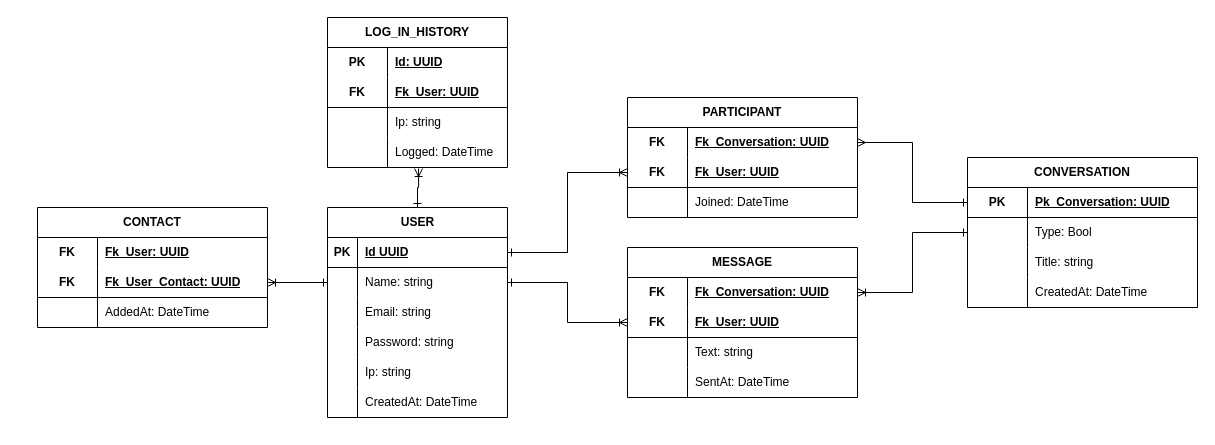
Before: .github/docs/mer.drawio in arthur-timoteo/chat_realtime_socketio_logging_splunk_docker_reactjs_nodejs_postgresql, a draw.io diagram. Source tidied: cells renumbered, new cells numbered last; positions are measured from the earlier drawing's top-left corner, leaving out a move shared by most shapes. Both pictures are drawn from the tidied source at 100%, with x=0, y=0 at pixel (37, 17).
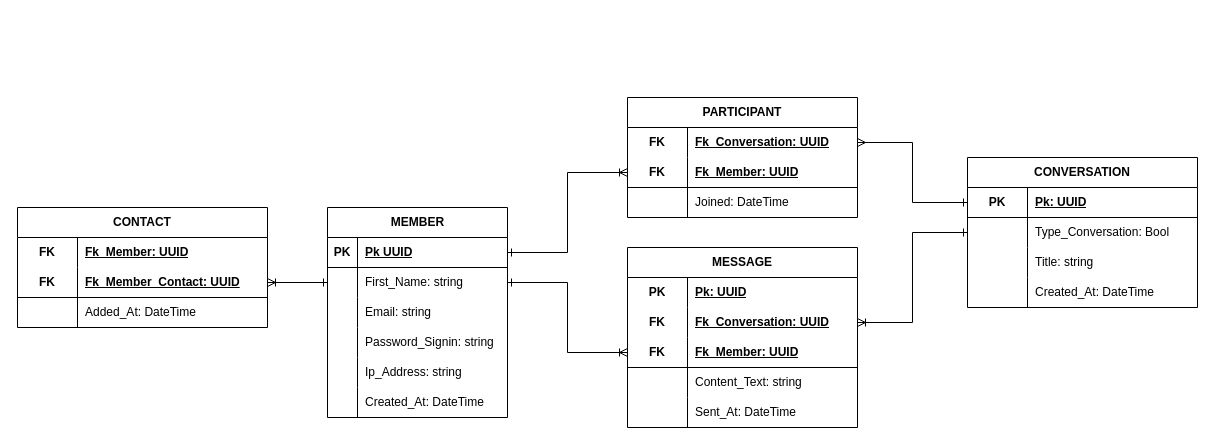
The same page after the edit.

The change refers to these unchanged cells:
```xml
<mxCell id="4" style="shape=tableRow;horizontal=0;startSize=0;swimlaneHead=0;swimlaneBody=0;fillColor=none;points=[[0,0.5],[1,0.5]];portConstraint=eastwest;top=0;left=0;right=0;bottom=1;" parent="3" vertex="1">
  <mxGeometry y="30" width="180" height="30" as="geometry" />
</mxCell>
<mxCell id="7" style="shape=tableRow;horizontal=0;startSize=0;swimlaneHead=0;swimlaneBody=0;fillColor=none;points=[[0,0.5],[1,0.5]];portConstraint=eastwest;top=0;left=0;right=0;bottom=0;" parent="3" vertex="1">
  <mxGeometry y="60" width="180" height="30" as="geometry" />
</mxCell>
<mxCell id="13" style="shape=tableRow;horizontal=0;startSize=0;swimlaneHead=0;swimlaneBody=0;fillColor=none;top=0;left=0;right=0;bottom=0;" parent="3" vertex="1">
  <mxGeometry y="120" width="180" height="30" as="geometry" />
</mxCell>
<mxCell id="16" style="shape=tableRow;horizontal=0;startSize=0;swimlaneHead=0;swimlaneBody=0;fillColor=none;top=0;left=0;right=0;bottom=0;" parent="3" vertex="1">
  <mxGeometry y="150" width="180" height="30" as="geometry" />
</mxCell>
<mxCell id="19" style="shape=tableRow;horizontal=0;startSize=0;swimlaneHead=0;swimlaneBody=0;fillColor=none;top=0;left=0;right=0;bottom=0;" parent="3" vertex="1">
  <mxGeometry y="180" width="180" height="30" as="geometry" />
</mxCell>
<mxCell id="47" style="shape=tableRow;horizontal=0;startSize=0;swimlaneHead=0;swimlaneBody=0;fillColor=none;points=[[0,0.5],[1,0.5]];portConstraint=eastwest;top=0;left=0;right=0;bottom=1;html=1;separatorColor=#6666FF;" parent="46" vertex="1">
  <mxGeometry y="30" width="230" height="30" as="geometry" />
</mxCell>
<mxCell id="50" style="shape=tableRow;horizontal=0;startSize=0;swimlaneHead=0;swimlaneBody=0;fillColor=none;top=0;left=0;right=0;bottom=0;html=1;" parent="46" vertex="1">
  <mxGeometry y="60" width="230" height="30" as="geometry" />
</mxCell>
<mxCell id="56" style="shape=tableRow;horizontal=0;startSize=0;swimlaneHead=0;swimlaneBody=0;fillColor=none;top=0;left=0;right=0;bottom=0;html=1;" parent="46" vertex="1">
  <mxGeometry y="120" width="230" height="30" as="geometry" />
</mxCell>
<mxCell id="63" style="shape=tableRow;horizontal=0;startSize=0;swimlaneHead=0;swimlaneBody=0;fillColor=none;points=[[0,0.5],[1,0.5]];portConstraint=eastwest;top=0;left=0;right=0;bottom=1;html=1;" parent="59" vertex="1">
  <mxGeometry y="60" width="230" height="30" as="geometry" />
</mxCell>
```

What changed in the source:
```diff
@@
-    <mxCell id="3" value="USER" style="shape=table;startSize=30;childLayout=tableLayout;rowLines=0;fontStyle=1;align=center;html=1;" parent="1" vertex="1">
+    <mxCell id="3" value="MEMBER" style="shape=table;startSize=30;childLayout=tableLayout;rowLines=0;fontStyle=1;align=center;html=1;" parent="1" vertex="1">
       <mxGeometry x="290" y="190" width="180" height="210" as="geometry" />
     </mxCell>
@@
-    <mxCell id="6" value="Id UUID" style="shape=partialRectangle;fillColor=none;top=0;left=0;bottom=0;right=0;align=left;spacingLeft=6;fontStyle=5;overflow=hidden;whiteSpace=wrap;html=1;" parent="4" vertex="1">
+    <mxCell id="6" value="Pk UUID" style="shape=partialRectangle;fillColor=none;top=0;left=0;bottom=0;right=0;align=left;spacingLeft=6;fontStyle=5;overflow=hidden;whiteSpace=wrap;html=1;" parent="4" vertex="1">
       <mxGeometry x="30" width="150" height="30" as="geometry" />
     </mxCell>
@@
-    <mxCell id="9" value="Name: string" style="shape=partialRectangle;fillColor=none;top=0;left=0;bottom=0;right=0;align=left;spacingLeft=6;overflow=hidden;whiteSpace=wrap;html=1;" parent="7" vertex="1">
+    <mxCell id="9" value="First_Name: string" style="shape=partialRectangle;fillColor=none;top=0;left=0;bottom=0;right=0;align=left;spacingLeft=6;overflow=hidden;whiteSpace=wrap;html=1;" parent="7" vertex="1">
       <mxGeometry x="30" width="150" height="30" as="geometry" />
     </mxCell>
@@
-    <mxCell id="15" value="Password: string" style="shape=partialRectangle;fillColor=none;top=0;left=0;bottom=0;right=0;align=left;spacingLeft=6;overflow=hidden;whiteSpace=wrap;html=1;" parent="13" vertex="1">
+    <mxCell id="15" value="Password_Signin: string" style="shape=partialRectangle;fillColor=none;top=0;left=0;bottom=0;right=0;align=left;spacingLeft=6;overflow=hidden;whiteSpace=wrap;html=1;" parent="13" vertex="1">
       <mxGeometry x="30" width="150" height="30" as="geometry" />
     </mxCell>
@@
-    <mxCell id="18" value="Ip: string" style="shape=partialRectangle;fillColor=none;top=0;left=0;bottom=0;right=0;align=left;spacingLeft=6;overflow=hidden;whiteSpace=wrap;html=1;" parent="16" vertex="1">
+    <mxCell id="18" value="Ip_Address: string" style="shape=partialRectangle;fillColor=none;top=0;left=0;bottom=0;right=0;align=left;spacingLeft=6;overflow=hidden;whiteSpace=wrap;html=1;" parent="16" vertex="1">
       <mxGeometry x="30" width="150" height="30" as="geometry" />
     </mxCell>
@@
-    <mxCell id="21" value="CreatedAt: DateTime" style="shape=partialRectangle;fillColor=none;top=0;left=0;bottom=0;right=0;align=left;spacingLeft=6;overflow=hidden;whiteSpace=wrap;html=1;" parent="19" vertex="1">
+    <mxCell id="21" value="Created_At: DateTime" style="shape=partialRectangle;fillColor=none;top=0;left=0;bottom=0;right=0;align=left;spacingLeft=6;overflow=hidden;whiteSpace=wrap;html=1;" parent="19" vertex="1">
       <mxGeometry x="30" width="150" height="30" as="geometry" />
     </mxCell>
-    <mxCell id="22" value="LOG_IN_HISTORY" style="shape=table;startSize=30;childLayout=tableLayout;rowLines=0;fontStyle=1;align=center;html=1;whiteSpace=wrap;" parent="1" vertex="1">
-      <mxGeometry x="290" width="180" height="150" as="geometry" />
-    </mxCell>
-    <mxCell id="23" style="shape=tableRow;horizontal=0;startSize=0;swimlaneHead=0;swimlaneBody=0;fillColor=none;top=0;left=0;right=0;bottom=0;html=1;" parent="22" vertex="1">
-      <mxGeometry y="30" width="180" height="30" as="geometry" />
-    </mxCell>
-    <mxCell id="24" value="PK" style="shape=partialRectangle;fillColor=none;top=0;left=0;bottom=0;right=0;fontStyle=1;overflow=hidden;html=1;whiteSpace=wrap;" parent="23" vertex="1">
-      <mxGeometry width="60" height="30" as="geometry" />
-    </mxCell>
-    <mxCell id="25" value="Id: UUID" style="shape=partialRectangle;fillColor=none;top=0;left=0;bottom=0;right=0;align=left;spacingLeft=6;fontStyle=5;overflow=hidden;html=1;whiteSpace=wrap;" parent="23" vertex="1">
-      <mxGeometry x="60" width="120" height="30" as="geometry" />
-    </mxCell>
-    <mxCell id="26" style="shape=tableRow;horizontal=0;startSize=0;swimlaneHead=0;swimlaneBody=0;fillColor=none;top=0;left=0;right=0;bottom=1;html=1;" parent="22" vertex="1">
-      <mxGeometry y="60" width="180" height="30" as="geometry" />
-    </mxCell>
-    <mxCell id="27" value="FK" style="shape=partialRectangle;fillColor=none;top=0;left=0;bottom=0;right=0;fontStyle=1;overflow=hidden;html=1;whiteSpace=wrap;" parent="26" vertex="1">
-      <mxGeometry width="60" height="30" as="geometry" />
-    </mxCell>
-    <mxCell id="28" value="Fk_User: UUID" style="shape=partialRectangle;fillColor=none;top=0;left=0;bottom=0;right=0;align=left;spacingLeft=6;fontStyle=5;overflow=hidden;html=1;whiteSpace=wrap;" parent="26" vertex="1">
-      <mxGeometry x="60" width="120" height="30" as="geometry" />
-    </mxCell>
-    <mxCell id="29" style="shape=tableRow;horizontal=0;startSize=0;swimlaneHead=0;swimlaneBody=0;fillColor=none;top=0;left=0;right=0;bottom=0;html=1;" parent="22" vertex="1">
-      <mxGeometry y="90" width="180" height="30" as="geometry" />
-    </mxCell>
-    <mxCell id="30" style="shape=partialRectangle;fillColor=none;top=0;left=0;bottom=0;right=0;overflow=hidden;html=1;whiteSpace=wrap;" parent="29" vertex="1">
-      <mxGeometry width="60" height="30" as="geometry" />
-    </mxCell>
-    <mxCell id="31" value="Ip: string" style="shape=partialRectangle;fillColor=none;top=0;left=0;bottom=0;right=0;align=left;spacingLeft=6;overflow=hidden;html=1;whiteSpace=wrap;" parent="29" vertex="1">
-      <mxGeometry x="60" width="120" height="30" as="geometry" />
-    </mxCell>
-    <mxCell id="32" style="shape=tableRow;horizontal=0;startSize=0;swimlaneHead=0;swimlaneBody=0;fillColor=none;points=[[0,0.5],[1,0.5]];portConstraint=eastwest;top=0;left=0;right=0;bottom=0;html=1;" parent="22" vertex="1">
-      <mxGeometry y="120" width="180" height="30" as="geometry" />
-    </mxCell>
-    <mxCell id="33" style="shape=partialRectangle;fillColor=none;top=0;left=0;bottom=0;right=0;overflow=hidden;html=1;whiteSpace=wrap;" parent="32" vertex="1">
-      <mxGeometry width="60" height="30" as="geometry" />
-    </mxCell>
-    <mxCell id="34" value="Logged: DateTime" style="shape=partialRectangle;fillColor=none;top=0;left=0;bottom=0;right=0;align=left;spacingLeft=6;overflow=hidden;html=1;whiteSpace=wrap;" parent="32" vertex="1">
-      <mxGeometry x="60" width="120" height="30" as="geometry" />
-    </mxCell>
     <mxCell id="35" value="CONTACT" style="shape=table;startSize=30;childLayout=tableLayout;rowLines=0;fontStyle=1;align=center;html=1;whiteSpace=wrap;" parent="1" vertex="1">
-      <mxGeometry y="190" width="230" height="120" as="geometry" />
+      <mxGeometry x="-20" y="190" width="250" height="120" as="geometry" />
     </mxCell>
     <mxCell id="36" style="shape=tableRow;horizontal=0;startSize=0;swimlaneHead=0;swimlaneBody=0;fillColor=none;top=0;left=0;right=0;bottom=0;html=1;" parent="35" vertex="1">
-      <mxGeometry y="30" width="230" height="30" as="geometry" />
+      <mxGeometry y="30" width="250" height="30" as="geometry" />
     </mxCell>
@@
-    <mxCell id="38" value="Fk_User: UUID" style="shape=partialRectangle;fillColor=none;top=0;left=0;bottom=0;right=0;align=left;spacingLeft=6;fontStyle=5;overflow=hidden;html=1;whiteSpace=wrap;" parent="36" vertex="1">
-      <mxGeometry x="60" width="170" height="30" as="geometry" />
+    <mxCell id="38" value="Fk_Member: UUID" style="shape=partialRectangle;fillColor=none;top=0;left=0;bottom=0;right=0;align=left;spacingLeft=6;fontStyle=5;overflow=hidden;html=1;whiteSpace=wrap;" parent="36" vertex="1">
+      <mxGeometry x="60" width="190" height="30" as="geometry" />
     </mxCell>
     <mxCell id="39" style="shape=tableRow;horizontal=0;startSize=0;swimlaneHead=0;swimlaneBody=0;fillColor=none;points=[[0,0.5],[1,0.5]];portConstraint=eastwest;top=0;left=0;right=0;bottom=1;html=1;" parent="35" vertex="1">
-      <mxGeometry y="60" width="230" height="30" as="geometry" />
+      <mxGeometry y="60" width="250" height="30" as="geometry" />
     </mxCell>
@@
-    <mxCell id="41" value="Fk_User_Contact: UUID" style="shape=partialRectangle;fillColor=none;top=0;left=0;bottom=0;right=0;align=left;spacingLeft=6;fontStyle=5;overflow=hidden;html=1;whiteSpace=wrap;" parent="39" vertex="1">
-      <mxGeometry x="60" width="170" height="30" as="geometry" />
+    <mxCell id="41" value="Fk_Member_Contact: UUID" style="shape=partialRectangle;fillColor=none;top=0;left=0;bottom=0;right=0;align=left;spacingLeft=6;fontStyle=5;overflow=hidden;html=1;whiteSpace=wrap;" parent="39" vertex="1">
+      <mxGeometry x="60" width="190" height="30" as="geometry" />
     </mxCell>
     <mxCell id="42" style="shape=tableRow;horizontal=0;startSize=0;swimlaneHead=0;swimlaneBody=0;fillColor=none;top=0;left=0;right=0;bottom=0;html=1;" parent="35" vertex="1">
-      <mxGeometry y="90" width="230" height="30" as="geometry" />
+      <mxGeometry y="90" width="250" height="30" as="geometry" />
     </mxCell>
@@
-    <mxCell id="44" value="AddedAt: DateTime" style="shape=partialRectangle;fillColor=none;top=0;left=0;bottom=0;right=0;align=left;spacingLeft=6;overflow=hidden;html=1;whiteSpace=wrap;" parent="42" vertex="1">
-      <mxGeometry x="60" width="170" height="30" as="geometry" />
+    <mxCell id="44" value="Added_At: DateTime" style="shape=partialRectangle;fillColor=none;top=0;left=0;bottom=0;right=0;align=left;spacingLeft=6;overflow=hidden;html=1;whiteSpace=wrap;" parent="42" vertex="1">
+      <mxGeometry x="60" width="190" height="30" as="geometry" />
     </mxCell>
@@
-    <mxCell id="49" value="Pk_Conversation: UUID" style="shape=partialRectangle;fillColor=none;top=0;left=0;bottom=0;right=0;align=left;spacingLeft=6;fontStyle=5;overflow=hidden;html=1;whiteSpace=wrap;" parent="47" vertex="1">
+    <mxCell id="49" value="Pk: UUID" style="shape=partialRectangle;fillColor=none;top=0;left=0;bottom=0;right=0;align=left;spacingLeft=6;fontStyle=5;overflow=hidden;html=1;whiteSpace=wrap;" parent="47" vertex="1">
       <mxGeometry x="60" width="170" height="30" as="geometry" />
     </mxCell>
@@
-    <mxCell id="52" value="Type: Bool" style="shape=partialRectangle;fillColor=none;top=0;left=0;bottom=0;right=0;align=left;spacingLeft=6;overflow=hidden;html=1;whiteSpace=wrap;" parent="50" vertex="1">
+    <mxCell id="52" value="Type_Conversation: Bool" style="shape=partialRectangle;fillColor=none;top=0;left=0;bottom=0;right=0;align=left;spacingLeft=6;overflow=hidden;html=1;whiteSpace=wrap;" parent="50" vertex="1">
       <mxGeometry x="60" width="170" height="30" as="geometry" />
     </mxCell>
@@
-    <mxCell id="58" value="CreatedAt: DateTime" style="shape=partialRectangle;fillColor=none;top=0;left=0;bottom=0;right=0;align=left;spacingLeft=6;overflow=hidden;html=1;whiteSpace=wrap;" parent="56" vertex="1">
+    <mxCell id="58" value="Created_At: DateTime" style="shape=partialRectangle;fillColor=none;top=0;left=0;bottom=0;right=0;align=left;spacingLeft=6;overflow=hidden;html=1;whiteSpace=wrap;" parent="56" vertex="1">
       <mxGeometry x="60" width="170" height="30" as="geometry" />
     </mxCell>
@@
-    <mxCell id="65" value="Fk_User: UUID" style="shape=partialRectangle;fillColor=none;top=0;left=0;bottom=0;right=0;align=left;spacingLeft=6;fontStyle=5;overflow=hidden;html=1;whiteSpace=wrap;" parent="63" vertex="1">
+    <mxCell id="65" value="Fk_Member: UUID" style="shape=partialRectangle;fillColor=none;top=0;left=0;bottom=0;right=0;align=left;spacingLeft=6;fontStyle=5;overflow=hidden;html=1;whiteSpace=wrap;" parent="63" vertex="1">
       <mxGeometry x="60" width="170" height="30" as="geometry" />
     </mxCell>
@@
     <mxCell id="69" value="MESSAGE" style="shape=table;startSize=30;childLayout=tableLayout;rowLines=0;fontStyle=1;align=center;html=1;whiteSpace=wrap;" parent="1" vertex="1">
-      <mxGeometry x="590" y="230" width="230" height="150" as="geometry" />
+      <mxGeometry x="590" y="230" width="230" height="180" as="geometry" />
     </mxCell>
+    <mxCell id="86" style="shape=tableRow;horizontal=0;startSize=0;swimlaneHead=0;swimlaneBody=0;fillColor=none;top=0;left=0;right=0;bottom=0;html=1;" parent="69" vertex="1">
+      <mxGeometry y="30" width="230" height="30" as="geometry" />
+    </mxCell>
+    <mxCell id="24" value="PK" style="shape=partialRectangle;fillColor=none;top=0;left=0;bottom=0;right=0;fontStyle=1;overflow=hidden;html=1;whiteSpace=wrap;" parent="86" vertex="1">
+      <mxGeometry width="60" height="30" as="geometry" />
+    </mxCell>
+    <mxCell id="87" value="Pk: UUID" style="shape=partialRectangle;fillColor=none;top=0;left=0;bottom=0;right=0;align=left;spacingLeft=6;fontStyle=5;overflow=hidden;html=1;whiteSpace=wrap;" parent="86" vertex="1">
+      <mxGeometry x="60" width="170" height="30" as="geometry" />
+    </mxCell>
     <mxCell id="70" style="shape=tableRow;horizontal=0;startSize=0;swimlaneHead=0;swimlaneBody=0;fillColor=none;points=[[0,0.5],[1,0.5]];portConstraint=eastwest;top=0;left=0;right=0;bottom=0;html=1;" parent="69" vertex="1">
-      <mxGeometry y="30" width="230" height="30" as="geometry" />
+      <mxGeometry y="60" width="230" height="30" as="geometry" />
     </mxCell>
@@
     <mxCell id="73" style="shape=tableRow;horizontal=0;startSize=0;swimlaneHead=0;swimlaneBody=0;fillColor=none;points=[[0,0.5],[1,0.5]];portConstraint=eastwest;top=0;left=0;right=0;bottom=1;html=1;" parent="69" vertex="1">
-      <mxGeometry y="60" width="230" height="30" as="geometry" />
+      <mxGeometry y="90" width="230" height="30" as="geometry" />
     </mxCell>
@@
-    <mxCell id="75" value="Fk_User: UUID" style="shape=partialRectangle;fillColor=none;top=0;left=0;bottom=0;right=0;align=left;spacingLeft=6;fontStyle=5;overflow=hidden;html=1;whiteSpace=wrap;" parent="73" vertex="1">
+    <mxCell id="75" value="Fk_Member: UUID" style="shape=partialRectangle;fillColor=none;top=0;left=0;bottom=0;right=0;align=left;spacingLeft=6;fontStyle=5;overflow=hidden;html=1;whiteSpace=wrap;" parent="73" vertex="1">
       <mxGeometry x="60" width="170" height="30" as="geometry" />
     </mxCell>
     <mxCell id="76" style="shape=tableRow;horizontal=0;startSize=0;swimlaneHead=0;swimlaneBody=0;fillColor=none;top=0;left=0;right=0;bottom=0;html=1;" parent="69" vertex="1">
-      <mxGeometry y="90" width="230" height="30" as="geometry" />
+      <mxGeometry y="120" width="230" height="30" as="geometry" />
     </mxCell>
@@
-    <mxCell id="78" value="Text: string" style="shape=partialRectangle;fillColor=none;top=0;left=0;bottom=0;right=0;align=left;spacingLeft=6;overflow=hidden;html=1;whiteSpace=wrap;" parent="76" vertex="1">
+    <mxCell id="78" value="Content_Text: string" style="shape=partialRectangle;fillColor=none;top=0;left=0;bottom=0;right=0;align=left;spacingLeft=6;overflow=hidden;html=1;whiteSpace=wrap;" parent="76" vertex="1">
       <mxGeometry x="60" width="170" height="30" as="geometry" />
     </mxCell>
     <mxCell id="79" style="shape=tableRow;horizontal=0;startSize=0;swimlaneHead=0;swimlaneBody=0;fillColor=none;top=0;left=0;right=0;bottom=0;html=1;" parent="69" vertex="1">
-      <mxGeometry y="120" width="230" height="30" as="geometry" />
+      <mxGeometry y="150" width="230" height="30" as="geometry" />
     </mxCell>
@@
-    <mxCell id="81" value="SentAt: DateTime" style="shape=partialRectangle;fillColor=none;top=0;left=0;bottom=0;right=0;align=left;spacingLeft=6;overflow=hidden;html=1;whiteSpace=wrap;" parent="79" vertex="1">
+    <mxCell id="81" value="Sent_At: DateTime" style="shape=partialRectangle;fillColor=none;top=0;left=0;bottom=0;right=0;align=left;spacingLeft=6;overflow=hidden;html=1;whiteSpace=wrap;" parent="79" vertex="1">
       <mxGeometry x="60" width="170" height="30" as="geometry" />
     </mxCell>
-    <mxCell id="82" style="edgeStyle=orthogonalEdgeStyle;rounded=0;jettySize=auto;html=1;entryX=0.506;entryY=1.033;entryDx=0;entryDy=0;entryPerimeter=0;endArrow=ERoneToMany;endFill=0;startArrow=ERone;startFill=0;" parent="1" edge="1" source="3" target="32">
-      <mxGeometry relative="1" as="geometry" />
-    </mxCell>
```
